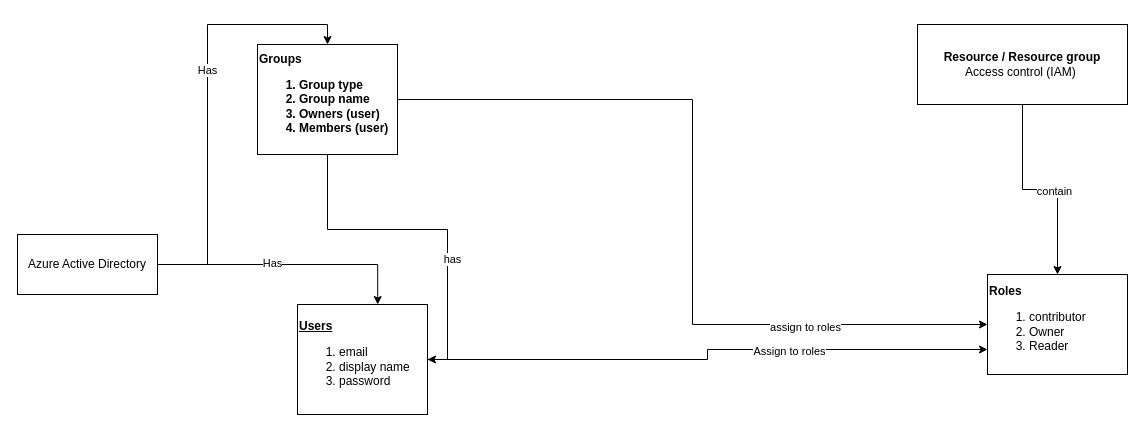
Above: Untitled Diagram.drawio in iamchamith/drawio (draw.io), before the change. Source tidied: cells renumbered, new cells numbered last; positions are measured from the earlier drawing's top-left corner, leaving out a move shared by most shapes. Both pictures are drawn from the tidied source at 100%, with x=0, y=0 at pixel (17, 24).
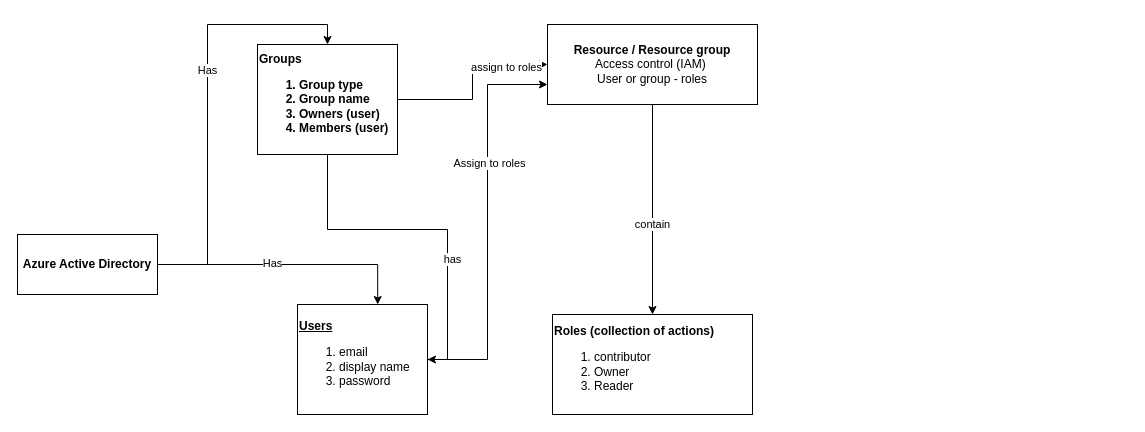
After the change.

What changed in the source:
```diff
@@
 <mxGraphModel>
   <root>
     <mxCell id="0" />
     <mxCell id="1" parent="0" />
     <mxCell id="2" style="edgeStyle=orthogonalEdgeStyle;rounded=0;jettySize=auto;html=1;entryX=0.5;entryY=0;entryDx=0;entryDy=0;" parent="1" edge="1" source="4" target="12">
       <mxGeometry relative="1" as="geometry" />
     </mxCell>
     <mxCell id="3" value="Has" style="edgeLabel;html=1;align=center;verticalAlign=middle;" parent="2" vertex="1">
       <mxGeometry x="0.14" y="1" relative="1" as="geometry" />
     </mxCell>
-    <mxCell id="4" value="Azure Active Directory" style="rounded=0;whiteSpace=wrap;html=1;" parent="1" vertex="1">
+    <mxCell id="4" value="&lt;b&gt;Azure Active Directory&lt;/b&gt;" style="rounded=0;whiteSpace=wrap;html=1;" parent="1" vertex="1">
       <mxGeometry y="210" width="140" height="60" as="geometry" />
     </mxCell>
-    <mxCell id="5" style="edgeStyle=orthogonalEdgeStyle;rounded=0;jettySize=auto;html=1;entryX=0;entryY=0.75;entryDx=0;entryDy=0;" parent="1" edge="1" source="7" target="18">
+    <mxCell id="5" style="edgeStyle=orthogonalEdgeStyle;rounded=0;jettySize=auto;html=1;entryX=0;entryY=0.75;entryDx=0;entryDy=0;" parent="1" edge="1" source="7" target="17">
       <mxGeometry relative="1" as="geometry" />
     </mxCell>
     <mxCell id="6" value="Assign to roles" style="edgeLabel;html=1;align=center;verticalAlign=middle;" parent="5" vertex="1">
       <mxGeometry x="0.3" y="-1" relative="1" as="geometry" />
     </mxCell>
     <mxCell id="7" value="&lt;b style=&quot;text-decoration-line: underline;&quot;&gt;Users&lt;/b&gt;&lt;br&gt;&lt;ol style=&quot;&quot;&gt;&lt;li style=&quot;&quot;&gt;email&lt;/li&gt;&lt;li style=&quot;&quot;&gt;display name&lt;/li&gt;&lt;li style=&quot;&quot;&gt;password&lt;/li&gt;&lt;/ol&gt;" style="rounded=0;whiteSpace=wrap;html=1;align=left;" parent="1" vertex="1">
       <mxGeometry x="280" y="280" width="130" height="110" as="geometry" />
     </mxCell>
     <mxCell id="8" style="edgeStyle=orthogonalEdgeStyle;rounded=0;jettySize=auto;html=1;entryX=1;entryY=0.5;entryDx=0;entryDy=0;" parent="1" edge="1" source="12" target="7">
       <mxGeometry relative="1" as="geometry" />
     </mxCell>
     <mxCell id="9" value="has" style="edgeLabel;html=1;align=center;verticalAlign=middle;" parent="8" vertex="1">
       <mxGeometry x="0.3" y="4" relative="1" as="geometry" />
     </mxCell>
-    <mxCell id="10" style="edgeStyle=orthogonalEdgeStyle;rounded=0;jettySize=auto;html=1;entryX=0;entryY=0.5;entryDx=0;entryDy=0;" parent="1" edge="1" source="12" target="18">
+    <mxCell id="10" style="edgeStyle=orthogonalEdgeStyle;rounded=0;jettySize=auto;html=1;entryX=0;entryY=0.5;entryDx=0;entryDy=0;" parent="1" edge="1" source="12" target="17">
       <mxGeometry relative="1" as="geometry" />
     </mxCell>
     <mxCell id="11" value="assign to roles" style="edgeLabel;html=1;align=center;verticalAlign=middle;" parent="10" vertex="1">
       <mxGeometry x="0.55" y="-2" relative="1" as="geometry" />
     </mxCell>
     <mxCell id="12" value="&lt;b&gt;Groups&lt;br&gt;&lt;ol&gt;&lt;li&gt;&lt;b&gt;Group type&lt;/b&gt;&lt;/li&gt;&lt;li&gt;&lt;b&gt;Group name&lt;/b&gt;&lt;/li&gt;&lt;li&gt;&lt;b&gt;Owners (user)&lt;/b&gt;&lt;/li&gt;&lt;li&gt;&lt;b&gt;Members (user)&lt;/b&gt;&lt;/li&gt;&lt;/ol&gt;&lt;/b&gt;" style="rounded=0;whiteSpace=wrap;html=1;align=left;" parent="1" vertex="1">
       <mxGeometry x="240" y="20" width="140" height="110" as="geometry" />
     </mxCell>
     <mxCell id="13" style="edgeStyle=orthogonalEdgeStyle;rounded=0;jettySize=auto;html=1;entryX=0.617;entryY=0;entryDx=0;entryDy=0;entryPerimeter=0;" parent="1" edge="1" source="4" target="7">
       <mxGeometry relative="1" as="geometry" />
     </mxCell>
     <mxCell id="14" value="Has" style="edgeLabel;html=1;align=center;verticalAlign=middle;" parent="13" vertex="1">
       <mxGeometry x="-0.12" y="2" relative="1" as="geometry" />
     </mxCell>
     <mxCell id="15" style="edgeStyle=orthogonalEdgeStyle;rounded=0;jettySize=auto;html=1;entryX=0.5;entryY=0;entryDx=0;entryDy=0;" parent="1" edge="1" source="17" target="18">
       <mxGeometry relative="1" as="geometry" />
     </mxCell>
     <mxCell id="16" value="contain" style="edgeLabel;html=1;align=center;verticalAlign=middle;" parent="15" vertex="1">
       <mxGeometry x="0.13" y="-1" relative="1" as="geometry" />
     </mxCell>
-    <mxCell id="17" value="&lt;b&gt;Resource / Resource group&lt;/b&gt;&lt;br&gt;Access control (IAM)&amp;nbsp;" style="rounded=0;whiteSpace=wrap;html=1;" parent="1" vertex="1">
-      <mxGeometry x="900" width="210" height="80" as="geometry" />
+    <mxCell id="17" value="&lt;b&gt;Resource / Resource group&lt;/b&gt;&lt;br&gt;Access control (IAM)&amp;nbsp;&lt;br&gt;User or group - roles" style="rounded=0;whiteSpace=wrap;html=1;" parent="1" vertex="1">
+      <mxGeometry x="530" width="210" height="80" as="geometry" />
     </mxCell>
-    <mxCell id="18" value="&lt;b&gt;Roles&lt;/b&gt;&lt;br&gt;&lt;ol&gt;&lt;li&gt;contributor&lt;/li&gt;&lt;li&gt;Owner&lt;/li&gt;&lt;li&gt;Reader&lt;/li&gt;&lt;/ol&gt;" style="rounded=0;whiteSpace=wrap;html=1;align=left;" parent="1" vertex="1">
-      <mxGeometry x="970" y="250" width="140" height="100" as="geometry" />
+    <mxCell id="18" value="&lt;b&gt;Roles (collection of actions)&lt;/b&gt;&lt;br&gt;&lt;ol&gt;&lt;li&gt;contributor&lt;/li&gt;&lt;li&gt;Owner&lt;/li&gt;&lt;li&gt;Reader&lt;/li&gt;&lt;/ol&gt;" style="rounded=0;whiteSpace=wrap;html=1;align=left;" parent="1" vertex="1">
+      <mxGeometry x="535" y="290" width="200" height="100" as="geometry" />
     </mxCell>
   </root>
 </mxGraphModel>
```
